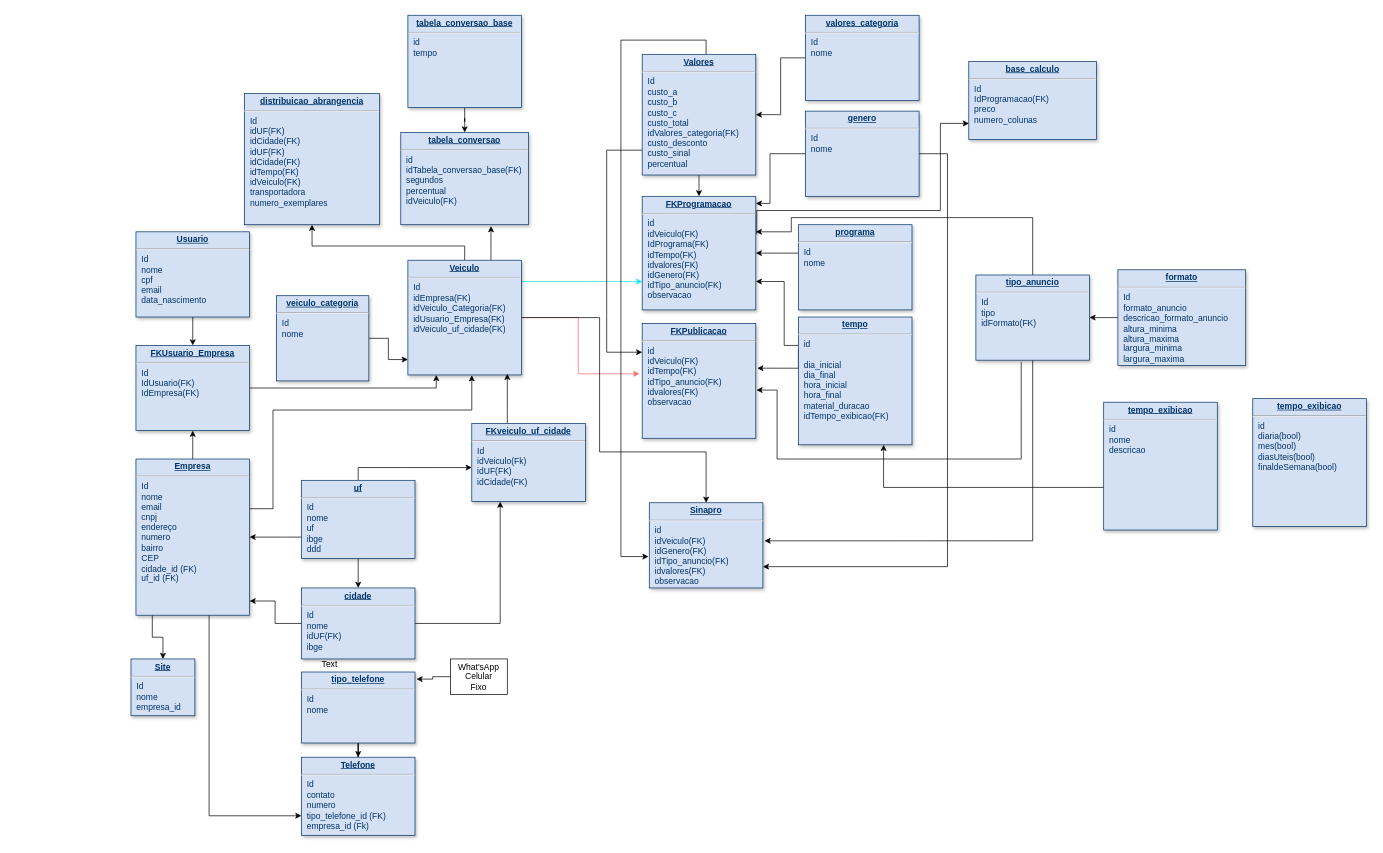
Above: Diagrama atualizado.drawio in diogo-guimaraes/teste_git (draw.io), before the change. Source tidied: cells renumbered, new cells numbered last; positions are measured from the earlier drawing's top-left corner, leaving out a move shared by most shapes. Both pictures are drawn from the tidied source at 71%, with x=0, y=0 at pixel (131, 15).
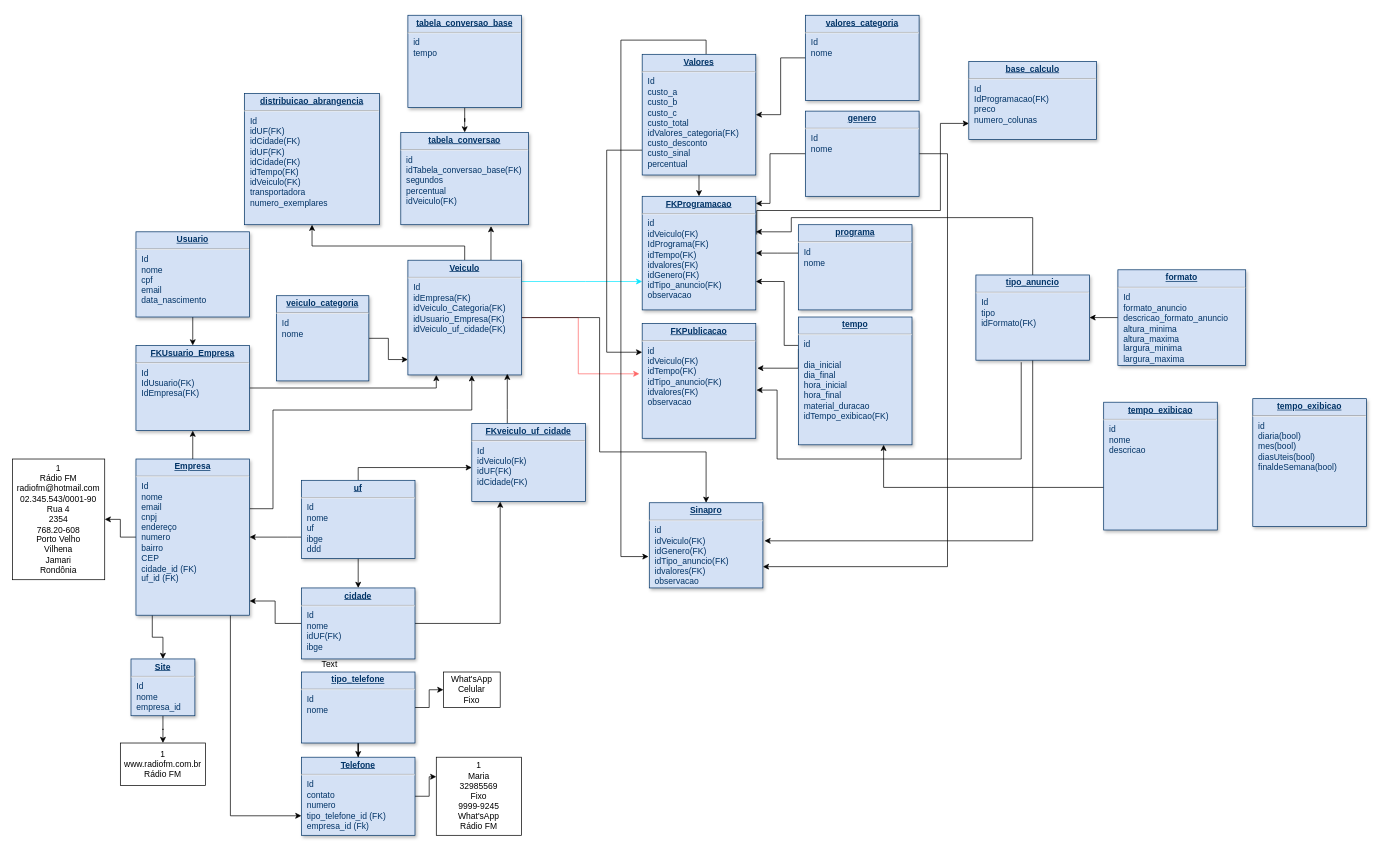
The same diagram, later.

The change refers to these unchanged cells:
```xml
<mxCell id="18" value="&lt;p style=&quot;margin: 0px ; margin-top: 4px ; text-align: center ; text-decoration: underline&quot;&gt;&lt;b&gt;Empresa&lt;/b&gt;&lt;/p&gt;&lt;hr&gt;&lt;p style=&quot;margin: 0px ; margin-left: 8px&quot;&gt;Id&lt;/p&gt;&lt;p style=&quot;margin: 0px ; margin-left: 8px&quot;&gt;nome&lt;/p&gt;&lt;p style=&quot;margin: 0px ; margin-left: 8px&quot;&gt;email&lt;/p&gt;&lt;p style=&quot;margin: 0px ; margin-left: 8px&quot;&gt;&lt;span&gt;cnpj&lt;/span&gt;&lt;br&gt;&lt;/p&gt;&lt;p style=&quot;margin: 0px ; margin-left: 8px&quot;&gt;endereço&lt;/p&gt;&lt;p style=&quot;margin: 0px ; margin-left: 8px&quot;&gt;numero&lt;/p&gt;&lt;p style=&quot;margin: 0px ; margin-left: 8px&quot;&gt;bairro&lt;/p&gt;&lt;p style=&quot;margin: 0px ; margin-left: 8px&quot;&gt;&lt;span&gt;CEP&lt;/span&gt;&lt;br&gt;&lt;/p&gt;&lt;p style=&quot;margin: 0px ; margin-left: 8px&quot;&gt;cidade_id (FK)&lt;/p&gt;&lt;p style=&quot;margin: 0px ; margin-left: 8px&quot;&gt;&lt;span&gt;uf_id (FK)&lt;/span&gt;&lt;/p&gt;&lt;p style=&quot;margin: 0px ; margin-left: 8px&quot;&gt;&lt;br&gt;&lt;/p&gt;&lt;p style=&quot;margin: 0px ; margin-left: 8px&quot;&gt;&lt;br&gt;&lt;/p&gt;" style="verticalAlign=top;align=left;overflow=fill;fontSize=12;fontFamily=Helvetica;html=1;strokeColor=#003366;shadow=1;fillColor=#D4E1F5;fontColor=#003366;" parent="1" vertex="1">
  <mxGeometry x="7" y="625" width="160" height="220" as="geometry" />
</mxCell>
<mxCell id="27" value="&lt;p style=&quot;margin: 0px ; margin-top: 4px ; text-align: center ; text-decoration: underline&quot;&gt;&lt;b&gt;tipo_telefone&lt;/b&gt;&lt;/p&gt;&lt;hr&gt;&lt;p style=&quot;margin: 0px ; margin-left: 8px&quot;&gt;Id&lt;/p&gt;&lt;p style=&quot;margin: 0px ; margin-left: 8px&quot;&gt;nome&lt;/p&gt;" style="verticalAlign=top;align=left;overflow=fill;fontSize=12;fontFamily=Helvetica;html=1;strokeColor=#003366;shadow=1;fillColor=#D4E1F5;fontColor=#003366;" parent="1" vertex="1">
  <mxGeometry x="240" y="925" width="160" height="100" as="geometry" />
</mxCell>
<mxCell id="28" value="&lt;p style=&quot;margin: 0px ; margin-top: 4px ; text-align: center ; text-decoration: underline&quot;&gt;&lt;b&gt;Telefone&lt;/b&gt;&lt;/p&gt;&lt;hr&gt;&lt;p style=&quot;margin: 0px ; margin-left: 8px&quot;&gt;Id&lt;/p&gt;&lt;p style=&quot;margin: 0px ; margin-left: 8px&quot;&gt;contato&lt;/p&gt;&lt;p style=&quot;margin: 0px ; margin-left: 8px&quot;&gt;numero&lt;/p&gt;&lt;p style=&quot;margin: 0px ; margin-left: 8px&quot;&gt;tipo_telefone_id (FK)&lt;/p&gt;&lt;p style=&quot;margin: 0px ; margin-left: 8px&quot;&gt;empresa_id (Fk)&lt;/p&gt;" style="verticalAlign=top;align=left;overflow=fill;fontSize=12;fontFamily=Helvetica;html=1;strokeColor=#003366;shadow=1;fillColor=#D4E1F5;fontColor=#003366;" parent="1" vertex="1">
  <mxGeometry x="240" y="1045" width="160" height="110" as="geometry" />
</mxCell>
<mxCell id="29" value="&lt;p style=&quot;margin: 0px ; margin-top: 4px ; text-align: center ; text-decoration: underline&quot;&gt;&lt;b&gt;Site&lt;/b&gt;&lt;/p&gt;&lt;hr&gt;&lt;p style=&quot;margin: 0px ; margin-left: 8px&quot;&gt;Id&lt;/p&gt;&lt;p style=&quot;margin: 0px ; margin-left: 8px&quot;&gt;nome&lt;/p&gt;&lt;p style=&quot;margin: 0px ; margin-left: 8px&quot;&gt;empresa_id&lt;/p&gt;" style="verticalAlign=top;align=left;overflow=fill;fontSize=12;fontFamily=Helvetica;html=1;strokeColor=#003366;shadow=1;fillColor=#D4E1F5;fontColor=#003366;" parent="1" vertex="1">
  <mxGeometry y="906.6" width="90" height="80" as="geometry" />
</mxCell>
```

Diff of the diagram source:
```diff
@@
     <mxCell id="16" style="edgeStyle=orthogonalEdgeStyle;rounded=0;jettySize=auto;html=1;entryX=0;entryY=0.75;entryDx=0;entryDy=0;" parent="1" edge="1" source="18" target="28">
       <mxGeometry relative="1" as="geometry">
         <Array as="points">
-          <mxPoint x="110" y="1128" />
+          <mxPoint x="140" y="1128" />
         </Array>
       </mxGeometry>
     </mxCell>
@@
+    <mxCell id="67" style="edgeStyle=orthogonalEdgeStyle;rounded=0;jettySize=auto;html=1;entryX=1;entryY=0.5;entryDx=0;entryDy=0;" parent="1" edge="1" source="18" target="73">
+      <mxGeometry relative="1" as="geometry" />
+    </mxCell>
@@
+    <mxCell id="68" style="edgeStyle=orthogonalEdgeStyle;rounded=0;jettySize=auto;html=1;entryX=0;entryY=0.5;entryDx=0;entryDy=0;" parent="1" edge="1" source="27" target="66">
+      <mxGeometry relative="1" as="geometry" />
+    </mxCell>
@@
+    <mxCell id="69" style="edgeStyle=orthogonalEdgeStyle;rounded=0;jettySize=auto;html=1;entryX=0;entryY=0.25;entryDx=0;entryDy=0;" parent="1" edge="1" source="28" target="71">
+      <mxGeometry relative="1" as="geometry" />
+    </mxCell>
@@
+    <mxCell id="70" style="edgeStyle=orthogonalEdgeStyle;rounded=0;jettySize=auto;html=1;entryX=0.5;entryY=0;entryDx=0;entryDy=0;" parent="1" edge="1" source="29" target="72">
+      <mxGeometry relative="1" as="geometry" />
+    </mxCell>
@@
-    <mxCell id="65" style="edgeStyle=orthogonalEdgeStyle;rounded=0;jettySize=auto;html=1;entryX=1.013;entryY=0.1;entryDx=0;entryDy=0;entryPerimeter=0;" parent="1" edge="1" source="66" target="27">
-      <mxGeometry relative="1" as="geometry" />
-    </mxCell>
     <mxCell id="66" value="What'sApp&lt;br&gt;Celular&lt;br&gt;Fixo" style="text;html=1;align=center;verticalAlign=middle;whiteSpace=wrap;rounded=0;strokeColor=#000000;" parent="1" vertex="1">
-      <mxGeometry x="450" y="906.6" width="80" height="50" as="geometry" />
+      <mxGeometry x="440" y="925" width="80" height="50" as="geometry" />
     </mxCell>
+    <mxCell id="71" value="1&lt;br&gt;Maria&lt;br&gt;32985569&lt;br&gt;Fixo&lt;br&gt;9999-9245&lt;br&gt;What'sApp&lt;br&gt;Rádio FM" style="text;html=1;align=center;verticalAlign=middle;whiteSpace=wrap;rounded=0;strokeColor=#000000;" parent="1" vertex="1">
+      <mxGeometry x="430" y="1045" width="120" height="110" as="geometry" />
+    </mxCell>
+    <mxCell id="72" value="1&lt;br&gt;www.radiofm.com.br&lt;br&gt;Rádio FM" style="text;html=1;align=center;verticalAlign=middle;whiteSpace=wrap;rounded=0;strokeColor=#000000;" parent="1" vertex="1">
+      <mxGeometry x="-15" y="1025" width="120" height="60" as="geometry" />
+    </mxCell>
+    <mxCell id="73" value="1&lt;br&gt;Rádio FM&lt;br&gt;radiofm@hotmail.com&lt;br&gt;02.345.543/0001-90&lt;br&gt;Rua 4&lt;br&gt;2354&lt;br&gt;768.20-608&lt;br&gt;Porto Velho&lt;br&gt;Vilhena&lt;br&gt;Jamari&lt;br&gt;Rondônia&lt;br&gt;" style="text;html=1;align=center;verticalAlign=middle;whiteSpace=wrap;rounded=0;strokeColor=#000000;" parent="1" vertex="1">
+      <mxGeometry x="-167" y="625" width="130" height="170" as="geometry" />
+    </mxCell>
```
